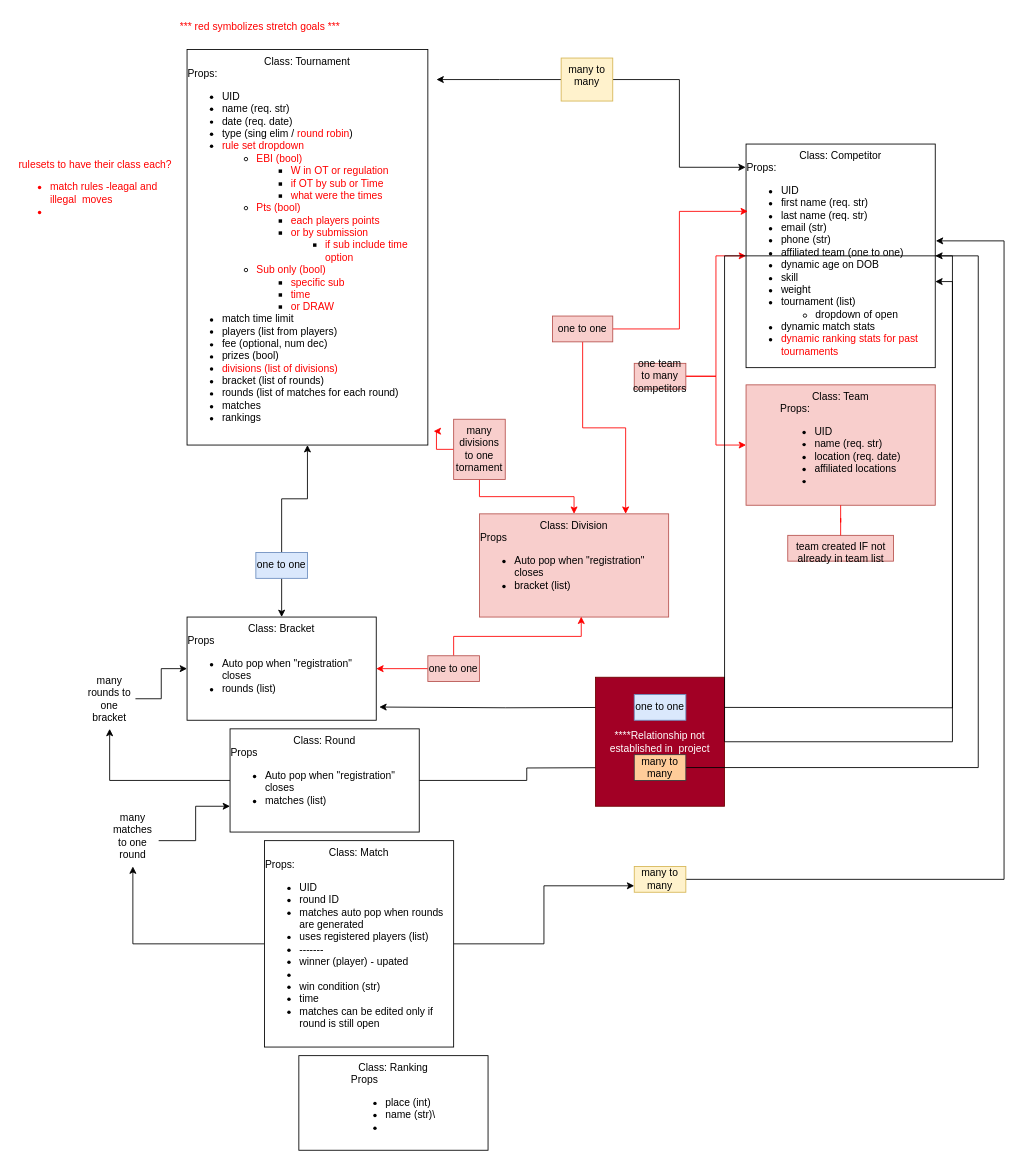
This is page "data map" (2 of 3) of whiteboard.drawio from jessi-b/TournamentTracker.Solution, a draw.io file, before an edit. Source tidied: cells renumbered, new cells numbered last; positions are measured from the earlier drawing's top-left corner, leaving out a move shared by most shapes. Both pictures are drawn from the tidied source at 86%, with x=0, y=0 at pixel (15, 15).
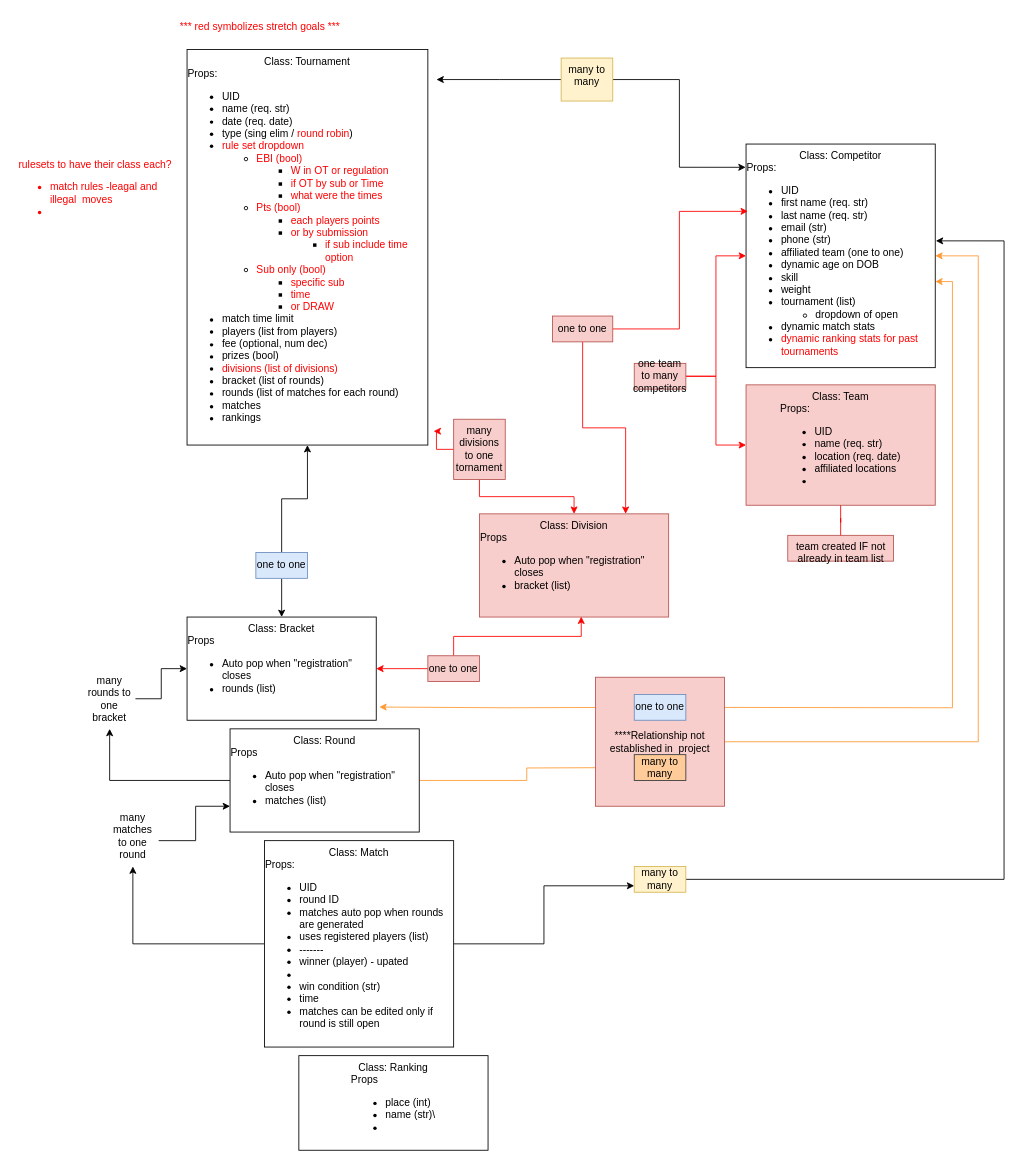
After the change.

The change refers to these unchanged cells:
```xml
<mxCell id="2" value="Class:&amp;nbsp;&lt;span&gt;Competitor&lt;/span&gt;&lt;br&gt;&lt;div style=&quot;text-align: left&quot;&gt;&lt;span&gt;Props:&lt;/span&gt;&lt;br&gt;&lt;/div&gt;&lt;ul&gt;&lt;li style=&quot;text-align: left&quot;&gt;&lt;span&gt;UID&lt;/span&gt;&lt;/li&gt;&lt;li style=&quot;text-align: left&quot;&gt;&lt;span&gt;first name (req. str)&lt;/span&gt;&lt;/li&gt;&lt;li style=&quot;text-align: left&quot;&gt;last name (req. str)&lt;/li&gt;&lt;li style=&quot;text-align: left&quot;&gt;email (str)&lt;/li&gt;&lt;li style=&quot;text-align: left&quot;&gt;phone (str)&lt;/li&gt;&lt;li style=&quot;text-align: left&quot;&gt;affiliated team (one to one)&lt;/li&gt;&lt;li style=&quot;text-align: left&quot;&gt;dynamic age on DOB&lt;/li&gt;&lt;li style=&quot;text-align: left&quot;&gt;skill&lt;/li&gt;&lt;li style=&quot;text-align: left&quot;&gt;weight&lt;/li&gt;&lt;li style=&quot;text-align: left&quot;&gt;tournament (list)&amp;nbsp;&lt;/li&gt;&lt;ul&gt;&lt;li style=&quot;text-align: left&quot;&gt;dropdown of open&lt;/li&gt;&lt;/ul&gt;&lt;li style=&quot;text-align: left&quot;&gt;dynamic match stats&lt;/li&gt;&lt;li style=&quot;text-align: left&quot;&gt;&lt;font color=&quot;#ff0000&quot;&gt;dynamic ranking stats for past tournaments&lt;/font&gt;&lt;/li&gt;&lt;/ul&gt;" style="rounded=0;whiteSpace=wrap;html=1;verticalAlign=top;" parent="1" vertex="1">
  <mxGeometry x="850" y="150" width="220" height="260" as="geometry" />
</mxCell>
<mxCell id="16" value="Class: Round&lt;br&gt;&lt;div style=&quot;text-align: left&quot;&gt;&lt;span&gt;Props&lt;/span&gt;&lt;/div&gt;&lt;div style=&quot;text-align: left&quot;&gt;&lt;ul&gt;&lt;li&gt;Auto pop when &quot;registration&quot; closes&lt;/li&gt;&lt;li&gt;matches (list)&lt;/li&gt;&lt;/ul&gt;&lt;/div&gt;" style="rounded=0;whiteSpace=wrap;html=1;fontColor=#000000;align=center;verticalAlign=top;" parent="1" vertex="1">
  <mxGeometry x="250" y="830" width="220" height="120" as="geometry" />
</mxCell>
<mxCell id="24" value="Class: Bracket&lt;br&gt;&lt;div style=&quot;text-align: left&quot;&gt;&lt;span&gt;Props&lt;/span&gt;&lt;/div&gt;&lt;div style=&quot;text-align: left&quot;&gt;&lt;ul&gt;&lt;li&gt;Auto pop when &quot;registration&quot; closes&lt;/li&gt;&lt;li&gt;rounds (list)&lt;/li&gt;&lt;/ul&gt;&lt;/div&gt;" style="rounded=0;whiteSpace=wrap;html=1;fontColor=#000000;align=center;verticalAlign=top;" parent="1" vertex="1">
  <mxGeometry x="200" y="700" width="220" height="120" as="geometry" />
</mxCell>
```

Change to the diagram source:
```diff
@@
-    <mxCell id="14" style="edgeStyle=orthogonalEdgeStyle;rounded=0;jettySize=auto;html=1;entryX=0;entryY=0.5;entryDx=0;entryDy=0;strokeColor=#000000;" parent="1" edge="1" source="16">
+    <mxCell id="14" style="edgeStyle=orthogonalEdgeStyle;rounded=0;jettySize=auto;html=1;entryX=0;entryY=0.5;entryDx=0;entryDy=0;strokeColor=#FF9933;" parent="1" edge="1" source="16">
       <mxGeometry relative="1" as="geometry">
         <mxPoint x="720" y="875" as="targetPoint" />
       </mxGeometry>
     </mxCell>
@@
-    <mxCell id="40" style="edgeStyle=orthogonalEdgeStyle;rounded=0;jettySize=auto;html=1;entryX=1;entryY=0.615;entryDx=0;entryDy=0;entryPerimeter=0;fontColor=#000000;" parent="1" edge="1" target="2">
+    <mxCell id="40" style="edgeStyle=orthogonalEdgeStyle;rounded=0;jettySize=auto;html=1;entryX=1;entryY=0.615;entryDx=0;entryDy=0;entryPerimeter=0;fontColor=#000000;strokeColor=#FF9933;" parent="1" edge="1" target="2">
       <mxGeometry relative="1" as="geometry">
         <mxPoint x="780" y="805" as="sourcePoint" />
       </mxGeometry>
     </mxCell>
-    <mxCell id="41" style="edgeStyle=orthogonalEdgeStyle;rounded=0;jettySize=auto;html=1;entryX=1.016;entryY=0.872;entryDx=0;entryDy=0;entryPerimeter=0;fontColor=#000000;" parent="1" edge="1" target="24">
+    <mxCell id="41" style="edgeStyle=orthogonalEdgeStyle;rounded=0;jettySize=auto;html=1;entryX=1.016;entryY=0.872;entryDx=0;entryDy=0;entryPerimeter=0;fontColor=#000000;strokeColor=#FF9933;" parent="1" edge="1" target="24">
       <mxGeometry relative="1" as="geometry">
         <mxPoint x="720" y="805" as="sourcePoint" />
       </mxGeometry>
     </mxCell>
-    <mxCell id="42" style="edgeStyle=orthogonalEdgeStyle;rounded=0;jettySize=auto;html=1;entryX=1;entryY=0.5;entryDx=0;entryDy=0;fontColor=#000000;startArrow=none;" parent="1" edge="1" source="45" target="2">
-      <mxGeometry relative="1" as="geometry" />
+    <mxCell id="42" style="edgeStyle=orthogonalEdgeStyle;rounded=0;jettySize=auto;html=1;entryX=1;entryY=0.5;entryDx=0;entryDy=0;fontColor=#000000;startArrow=none;strokeColor=#FF9933;" parent="1" edge="1" source="45" target="2">
+      <mxGeometry relative="1" as="geometry">
+        <Array as="points">
+          <mxPoint x="1120" y="845" />
+          <mxPoint x="1120" y="280" />
+        </Array>
+      </mxGeometry>
     </mxCell>
@@
-    <mxCell id="45" value="****Relationship not established in&amp;nbsp; project" style="text;html=1;strokeColor=#6F0000;fillColor=#a20025;align=center;verticalAlign=middle;whiteSpace=wrap;rounded=0;fontColor=#ffffff;" parent="1" vertex="1">
+    <mxCell id="45" value="****Relationship not established in&amp;nbsp; project" style="text;html=1;strokeColor=#b85450;fillColor=#f8cecc;align=center;verticalAlign=middle;whiteSpace=wrap;rounded=0;" parent="1" vertex="1">
       <mxGeometry x="675" y="770" width="150" height="150" as="geometry" />
     </mxCell>
-    <mxCell id="46" style="edgeStyle=orthogonalEdgeStyle;rounded=0;jettySize=auto;html=1;entryX=1;entryY=0.5;entryDx=0;entryDy=0;fontColor=#000000;endArrow=none;" parent="1" edge="1" target="45">
-      <mxGeometry relative="1" as="geometry">
-        <mxPoint x="780" y="875" as="sourcePoint" />
-        <Array as="points">
-          <mxPoint x="1120" y="875" />
-          <mxPoint x="1120" y="280" />
-        </Array>
-      </mxGeometry>
-    </mxCell>
```
